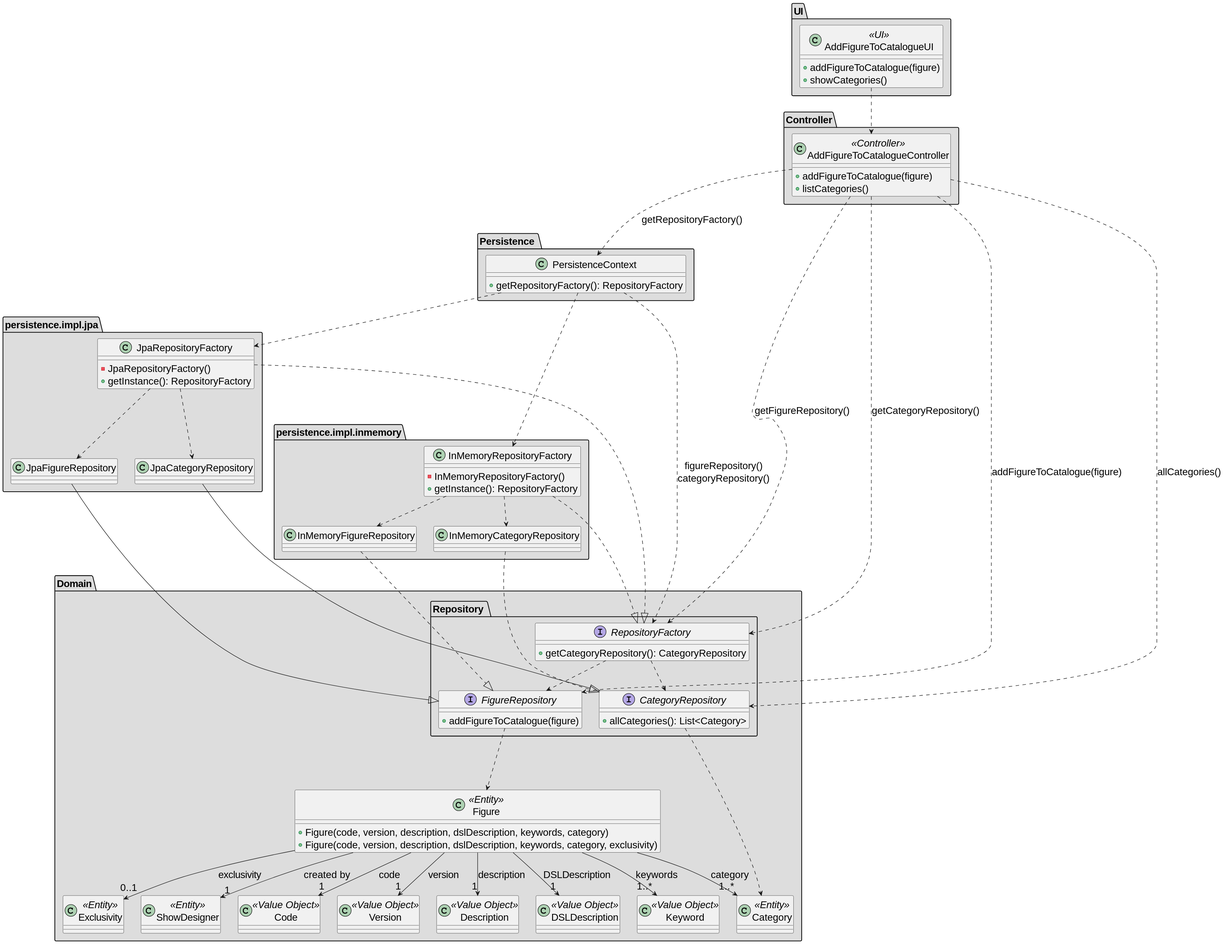
This is docs/SPRINT_2/US233/images/class_diagram_us233.svg from diogoveirospro/sem4pi-2024-2025-sem4pi_2024_2025_g44, a PlantUML export, as it was before one commit.
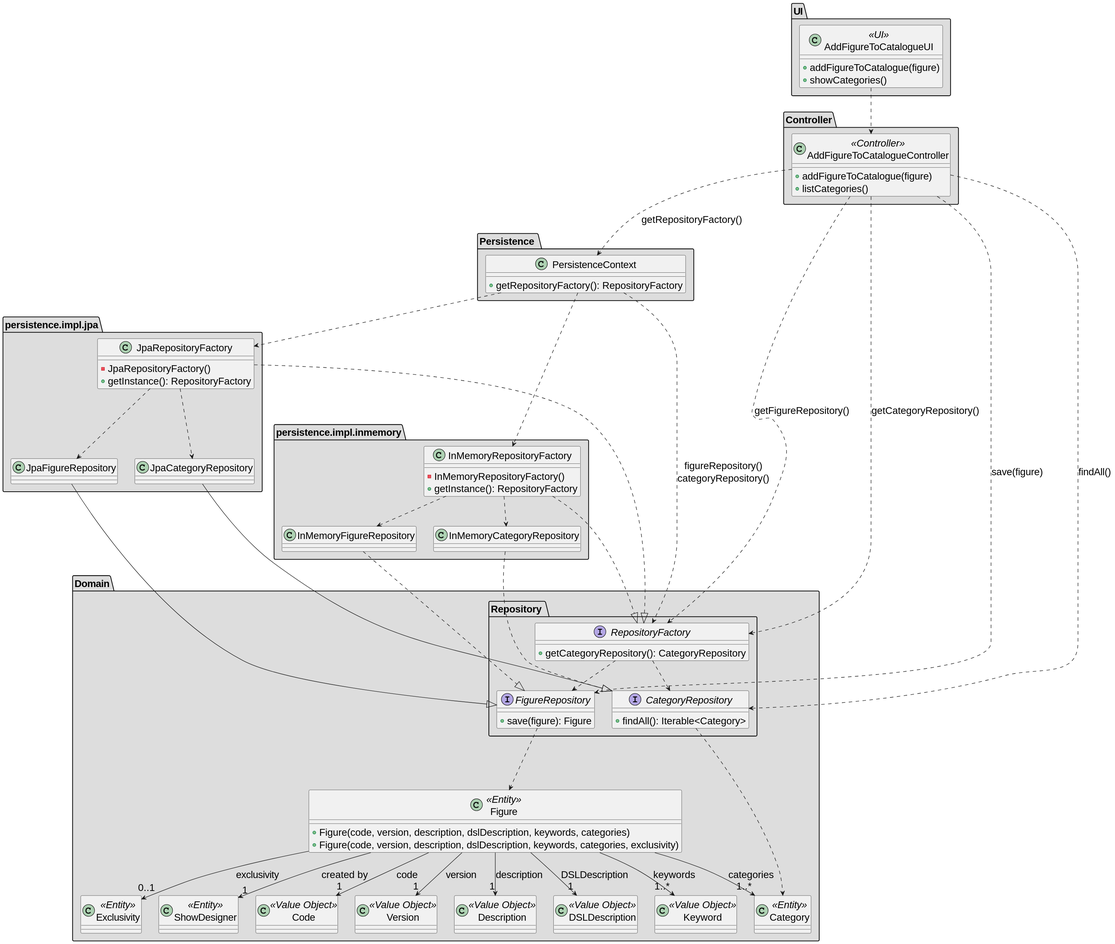
Above is the later version.

Change to the diagram source:
```diff
@@ -44,18 +44,18 @@
         }
 
         interface FigureRepository {
-            + addFigureToCatalogue(figure)
+            + save(figure): Figure
         }
 
         interface CategoryRepository {
-            + allCategories(): List<Category>
+            + findAll(): Iterable<Category>
         }
 
     }
 
     class Figure <<Entity>>{
-        + Figure(code, version, description, dslDescription, keywords, category)
-        + Figure(code, version, description, dslDescription, keywords, category, exclusivity)
+        + Figure(code, version, description, dslDescription, keywords, categories)
+        + Figure(code, version, description, dslDescription, keywords, categories, exclusivity)
     }
 
     class Code <<Value Object>>{
@@ -137,7 +137,7 @@
     Figure --> "1" Code: code
     Figure --> "1" Version: version
     Figure --> "1" Description: description
-    Figure --> "1..*" Category: category
+    Figure --> "1..*" Category: categories
     Figure --> "1" ShowDesigner: created by
     Figure --> "0..1" Exclusivity: exclusivity
 
@@ -148,6 +148,6 @@
     AddFigureToCatalogueController ..> PersistenceContext : getRepositoryFactory()
     AddFigureToCatalogueController ..> RepositoryFactory : getFigureRepository()
     AddFigureToCatalogueController ..> RepositoryFactory : getCategoryRepository()
-    AddFigureToCatalogueController ..> FigureRepository : addFigureToCatalogue(figure)
-    AddFigureToCatalogueController ..> CategoryRepository : allCategories()
+    AddFigureToCatalogueController ..> FigureRepository : save(figure)
+    AddFigureToCatalogueController ..> CategoryRepository : findAll()
 @enduml
```
